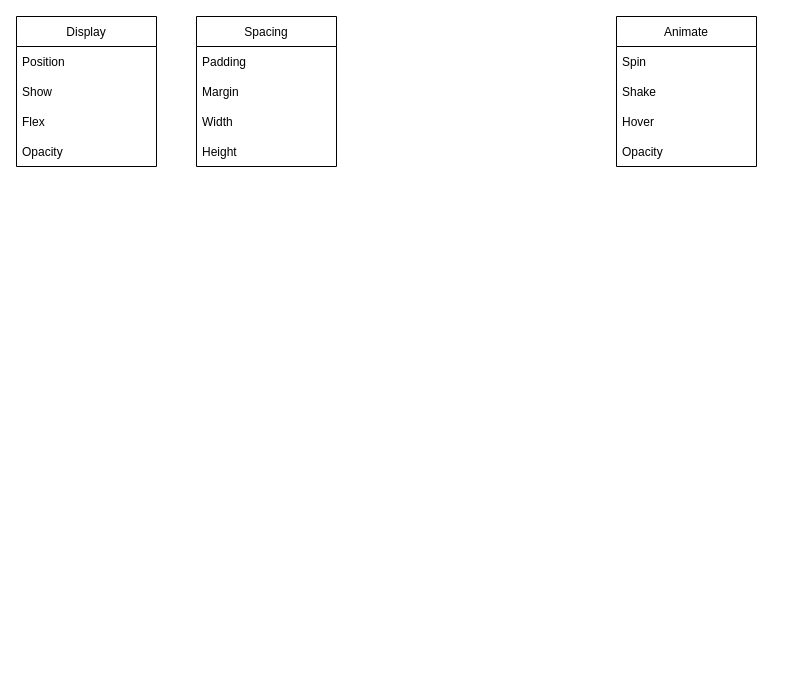
This is arteesan.drawio from 3dunoabraham/arteesan-lotto, a draw.io file, before an edit. Source tidied: cells renumbered, new cells numbered last; positions are measured from the earlier drawing's top-left corner, leaving out a move shared by most shapes. Both pictures are drawn from the tidied source at 100%, with x=0, y=0 at pixel (16, 16).
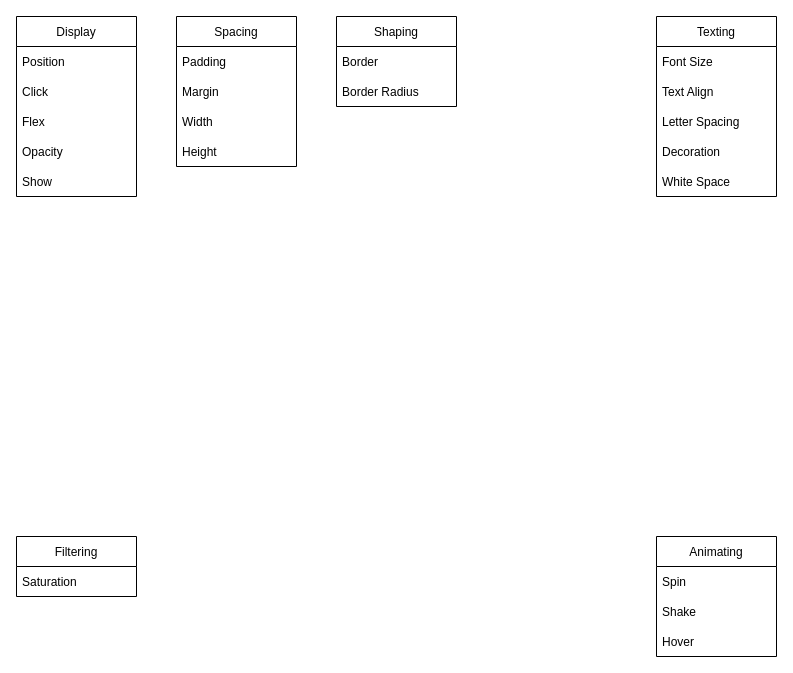
The same page after the edit.

The edit, as a diff of the source:
```diff
@@
     <mxCell id="2" value="Spacing" style="swimlane;fontStyle=0;horizontal=1;startSize=30;" parent="1" vertex="1">
-      <mxGeometry x="180" width="140" height="150" as="geometry" />
+      <mxGeometry x="160" width="120" height="150" as="geometry" />
     </mxCell>
     <mxCell id="3" value="Padding" style="text;strokeColor=none;fillColor=none;align=left;verticalAlign=middle;spacingLeft=4;spacingRight=4;overflow=hidden;" parent="2" vertex="1">
-      <mxGeometry y="30" width="140" height="30" as="geometry" />
+      <mxGeometry y="30" width="120" height="30" as="geometry" />
     </mxCell>
     <mxCell id="4" value="Margin" style="text;strokeColor=none;fillColor=none;align=left;verticalAlign=middle;spacingLeft=4;spacingRight=4;overflow=hidden;" parent="2" vertex="1">
-      <mxGeometry y="60" width="140" height="30" as="geometry" />
+      <mxGeometry y="60" width="120" height="30" as="geometry" />
     </mxCell>
     <mxCell id="5" value="Width" style="text;strokeColor=none;fillColor=none;align=left;verticalAlign=middle;spacingLeft=4;spacingRight=4;overflow=hidden;" parent="2" vertex="1">
-      <mxGeometry y="90" width="140" height="30" as="geometry" />
+      <mxGeometry y="90" width="120" height="30" as="geometry" />
     </mxCell>
     <mxCell id="6" value="Height" style="text;strokeColor=none;fillColor=none;align=left;verticalAlign=middle;spacingLeft=4;spacingRight=4;overflow=hidden;" parent="2" vertex="1">
-      <mxGeometry y="120" width="140" height="30" as="geometry" />
+      <mxGeometry y="120" width="120" height="30" as="geometry" />
     </mxCell>
     <mxCell id="7" value="Display" style="swimlane;fontStyle=0;horizontal=1;startSize=30;" parent="1" vertex="1">
-      <mxGeometry width="140" height="150" as="geometry" />
+      <mxGeometry width="120" height="180" as="geometry" />
     </mxCell>
     <mxCell id="8" value="Position" style="text;strokeColor=none;fillColor=none;align=left;verticalAlign=middle;spacingLeft=4;spacingRight=4;overflow=hidden;" parent="7" vertex="1">
-      <mxGeometry y="30" width="140" height="30" as="geometry" />
+      <mxGeometry y="30" width="120" height="30" as="geometry" />
     </mxCell>
-    <mxCell id="9" value="Show" style="text;strokeColor=none;fillColor=none;align=left;verticalAlign=middle;spacingLeft=4;spacingRight=4;overflow=hidden;" parent="7" vertex="1">
-      <mxGeometry y="60" width="140" height="30" as="geometry" />
-    </mxCell>
+    <mxCell id="17" value="Click" style="text;strokeColor=none;fillColor=none;align=left;verticalAlign=middle;spacingLeft=4;spacingRight=4;overflow=hidden;" parent="7" vertex="1">
+      <mxGeometry y="60" width="120" height="30" as="geometry" />
+    </mxCell>
     <mxCell id="10" value="Flex" style="text;strokeColor=none;fillColor=none;align=left;verticalAlign=middle;spacingLeft=4;spacingRight=4;overflow=hidden;" parent="7" vertex="1">
-      <mxGeometry y="90" width="140" height="30" as="geometry" />
+      <mxGeometry y="90" width="120" height="30" as="geometry" />
     </mxCell>
     <mxCell id="11" value="Opacity" style="text;strokeColor=none;fillColor=none;align=left;verticalAlign=middle;spacingLeft=4;spacingRight=4;overflow=hidden;" parent="7" vertex="1">
-      <mxGeometry y="120" width="140" height="30" as="geometry" />
+      <mxGeometry y="120" width="120" height="30" as="geometry" />
     </mxCell>
+    <mxCell id="9" value="Show" style="text;strokeColor=none;fillColor=none;align=left;verticalAlign=middle;spacingLeft=4;spacingRight=4;overflow=hidden;" parent="7" vertex="1">
+      <mxGeometry y="150" width="120" height="30" as="geometry" />
+    </mxCell>
-    <mxCell id="12" value="Animate" style="swimlane;fontStyle=0;horizontal=1;startSize=30;" parent="1" vertex="1">
-      <mxGeometry x="600" width="140" height="150" as="geometry" />
+    <mxCell id="12" value="Animating" style="swimlane;fontStyle=0;horizontal=1;startSize=30;" parent="1" vertex="1">
+      <mxGeometry x="640" y="520" width="120" height="120" as="geometry" />
     </mxCell>
     <mxCell id="13" value="Spin" style="text;strokeColor=none;fillColor=none;align=left;verticalAlign=middle;spacingLeft=4;spacingRight=4;overflow=hidden;" parent="12" vertex="1">
-      <mxGeometry y="30" width="140" height="30" as="geometry" />
+      <mxGeometry y="30" width="120" height="30" as="geometry" />
     </mxCell>
     <mxCell id="14" value="Shake" style="text;strokeColor=none;fillColor=none;align=left;verticalAlign=middle;spacingLeft=4;spacingRight=4;overflow=hidden;" parent="12" vertex="1">
-      <mxGeometry y="60" width="140" height="30" as="geometry" />
+      <mxGeometry y="60" width="120" height="30" as="geometry" />
     </mxCell>
     <mxCell id="15" value="Hover" style="text;strokeColor=none;fillColor=none;align=left;verticalAlign=middle;spacingLeft=4;spacingRight=4;overflow=hidden;" parent="12" vertex="1">
-      <mxGeometry y="90" width="140" height="30" as="geometry" />
+      <mxGeometry y="90" width="120" height="30" as="geometry" />
     </mxCell>
-    <mxCell id="16" value="Opacity" style="text;strokeColor=none;fillColor=none;align=left;verticalAlign=middle;spacingLeft=4;spacingRight=4;overflow=hidden;" parent="12" vertex="1">
-      <mxGeometry y="120" width="140" height="30" as="geometry" />
-    </mxCell>
+    <mxCell id="18" value="Texting" style="swimlane;fontStyle=0;horizontal=1;startSize=30;" parent="1" vertex="1">
+      <mxGeometry x="640" width="120" height="180" as="geometry" />
+    </mxCell>
+    <mxCell id="19" value="Font Size" style="text;strokeColor=none;fillColor=none;align=left;verticalAlign=middle;spacingLeft=4;spacingRight=4;overflow=hidden;" parent="18" vertex="1">
+      <mxGeometry y="30" width="120" height="30" as="geometry" />
+    </mxCell>
+    <mxCell id="20" value="Text Align" style="text;strokeColor=none;fillColor=none;align=left;verticalAlign=middle;spacingLeft=4;spacingRight=4;overflow=hidden;" parent="18" vertex="1">
+      <mxGeometry y="60" width="120" height="30" as="geometry" />
+    </mxCell>
+    <mxCell id="21" value="Letter Spacing" style="text;strokeColor=none;fillColor=none;align=left;verticalAlign=middle;spacingLeft=4;spacingRight=4;overflow=hidden;" parent="18" vertex="1">
+      <mxGeometry y="90" width="120" height="30" as="geometry" />
+    </mxCell>
+    <mxCell id="22" value="Decoration" style="text;strokeColor=none;fillColor=none;align=left;verticalAlign=middle;spacingLeft=4;spacingRight=4;overflow=hidden;" parent="18" vertex="1">
+      <mxGeometry y="120" width="120" height="30" as="geometry" />
+    </mxCell>
+    <mxCell id="23" value="White Space" style="text;strokeColor=none;fillColor=none;align=left;verticalAlign=middle;spacingLeft=4;spacingRight=4;overflow=hidden;" parent="18" vertex="1">
+      <mxGeometry y="150" width="120" height="30" as="geometry" />
+    </mxCell>
+    <mxCell id="24" value="Shaping" style="swimlane;fontStyle=0;horizontal=1;startSize=30;" parent="1" vertex="1">
+      <mxGeometry x="320" width="120" height="90" as="geometry" />
+    </mxCell>
+    <mxCell id="25" value="Border" style="text;strokeColor=none;fillColor=none;align=left;verticalAlign=middle;spacingLeft=4;spacingRight=4;overflow=hidden;" parent="24" vertex="1">
+      <mxGeometry y="30" width="120" height="30" as="geometry" />
+    </mxCell>
+    <mxCell id="26" value="Border Radius" style="text;strokeColor=none;fillColor=none;align=left;verticalAlign=middle;spacingLeft=4;spacingRight=4;overflow=hidden;" parent="24" vertex="1">
+      <mxGeometry y="60" width="120" height="30" as="geometry" />
+    </mxCell>
+    <mxCell id="27" value="Filtering" style="swimlane;fontStyle=0;horizontal=1;startSize=30;" parent="1" vertex="1">
+      <mxGeometry y="520" width="120" height="60" as="geometry" />
+    </mxCell>
+    <mxCell id="28" value="Saturation" style="text;strokeColor=none;fillColor=none;align=left;verticalAlign=middle;spacingLeft=4;spacingRight=4;overflow=hidden;" parent="27" vertex="1">
+      <mxGeometry y="30" width="120" height="30" as="geometry" />
+    </mxCell>
```
